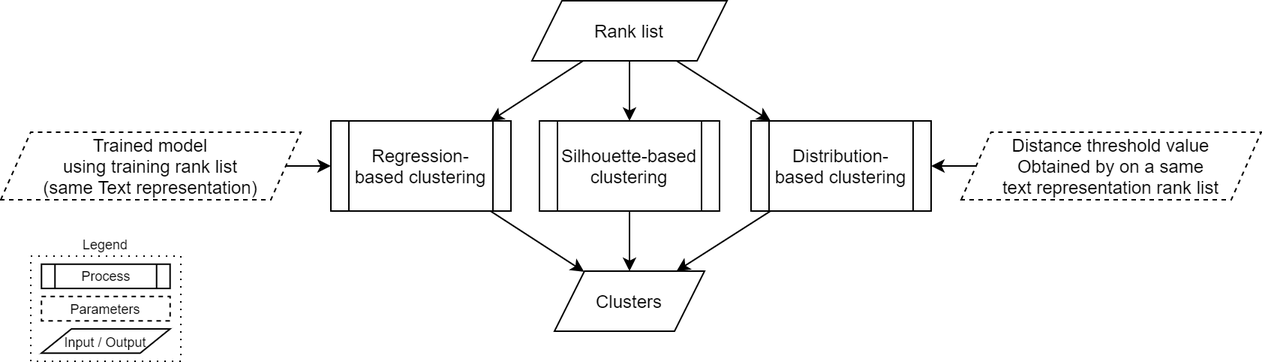
Before: report/img/schema-clustering.png, a diagram exported from draw.io (TheRaphael0000/master_thesis). Source tidied: cells renumbered, new cells last; positions are measured from the earlier drawing's top-left corner, leaving out a move shared by most shapes. Its diagram source:
```xml
<mxGraphModel>
  <root>
    <mxCell id="0" />
    <mxCell id="1" parent="0" />
    <mxCell id="2" value="Silhouette-based clustering" style="shape=process;whiteSpace=wrap;html=1;backgroundOutline=1;" parent="1" vertex="1">
      <mxGeometry x="359" y="80" width="120" height="60" as="geometry" />
    </mxCell>
    <mxCell id="3" value="&lt;span&gt;Clusters&lt;/span&gt;" style="shape=parallelogram;perimeter=parallelogramPerimeter;whiteSpace=wrap;html=1;fixedSize=1;" parent="1" vertex="1">
      <mxGeometry x="369" y="180" width="100" height="40" as="geometry" />
    </mxCell>
    <mxCell id="4" value="&lt;span&gt;Rank list&lt;/span&gt;" style="shape=parallelogram;perimeter=parallelogramPerimeter;whiteSpace=wrap;html=1;fixedSize=1;" parent="1" vertex="1">
      <mxGeometry x="354" width="130" height="40" as="geometry" />
    </mxCell>
    <mxCell id="5" style="endArrow=classic;html=1;" parent="1" edge="1" source="4" target="2">
      <mxGeometry x="228" y="255" as="geometry" />
    </mxCell>
    <mxCell id="6" style="endArrow=classic;html=1;" parent="1" edge="1" source="2" target="3">
      <mxGeometry x="228" y="255" as="geometry" />
    </mxCell>
    <mxCell id="7" value="Regression-based clustering" style="shape=process;whiteSpace=wrap;html=1;backgroundOutline=1;" parent="1" vertex="1">
      <mxGeometry x="220" y="80" width="120" height="60" as="geometry" />
    </mxCell>
    <mxCell id="8" style="endArrow=classic;html=1;" parent="1" edge="1" source="7" target="3">
      <mxGeometry x="228" y="255" as="geometry" />
    </mxCell>
    <mxCell id="9" style="endArrow=classic;html=1;" parent="1" edge="1" source="4" target="7">
      <mxGeometry x="228" y="255" as="geometry" />
    </mxCell>
    <mxCell id="10" style="endArrow=classic;html=1;" parent="1" edge="1" source="11" target="7">
      <mxGeometry x="207" y="255" as="geometry" />
    </mxCell>
    <mxCell id="11" value="&lt;span&gt;Trained model&lt;br&gt;using training rank list&lt;br&gt;(same Text representation)&lt;br&gt;&lt;/span&gt;" style="shape=parallelogram;perimeter=parallelogramPerimeter;whiteSpace=wrap;html=1;fixedSize=1;dashed=1;" parent="1" vertex="1">
      <mxGeometry y="87.5" width="200" height="45" as="geometry" />
    </mxCell>
    <mxCell id="12" style="group;fontSize=9;" parent="1" vertex="1">
      <mxGeometry x="20" y="170" width="100" height="70" as="geometry" />
    </mxCell>
    <mxCell id="13" value="Legend" style="rounded=0;whiteSpace=wrap;html=1;dashed=1;fontSize=9;align=center;fillColor=none;dashPattern=1 4;verticalAlign=bottom;labelPosition=center;verticalLabelPosition=top;" parent="12" vertex="1">
      <mxGeometry width="100" height="70" as="geometry" />
    </mxCell>
    <mxCell id="14" value="Parameters" style="text;html=1;fillColor=none;align=center;verticalAlign=middle;whiteSpace=wrap;rounded=0;dashed=1;strokeColor=#000000;fontSize=9;spacingLeft=0;" parent="12" vertex="1">
      <mxGeometry x="7.1" y="26.9" width="85.7" height="16.2" as="geometry" />
    </mxCell>
    <mxCell id="15" value="Process" style="shape=process;whiteSpace=wrap;html=1;backgroundOutline=1;fontSize=9;" parent="12" vertex="1">
      <mxGeometry x="7.1" y="5.4" width="85.7" height="16.2" as="geometry" />
    </mxCell>
    <mxCell id="16" value="&lt;span style=&quot;font-size: 9px;&quot;&gt;Input / Output&lt;/span&gt;" style="shape=parallelogram;perimeter=parallelogramPerimeter;whiteSpace=wrap;html=1;fixedSize=1;fontSize=9;" parent="12" vertex="1">
      <mxGeometry x="7.1" y="48.5" width="85.7" height="16.2" as="geometry" />
    </mxCell>
    <mxCell id="17" value="Distribution-based clustering" style="shape=process;whiteSpace=wrap;html=1;backgroundOutline=1;" parent="1" vertex="1">
      <mxGeometry x="500" y="80" width="120" height="60" as="geometry" />
    </mxCell>
    <mxCell id="18" style="endArrow=classic;html=1;" parent="1" edge="1" source="4" target="17">
      <mxGeometry x="238" y="265" as="geometry" />
    </mxCell>
    <mxCell id="19" style="endArrow=classic;html=1;" parent="1" edge="1" source="17" target="3">
      <mxGeometry x="248" y="275" as="geometry" />
    </mxCell>
    <mxCell id="20" value="&lt;span&gt;Distance threshold value&lt;br&gt;Obtained by on a same&lt;br&gt;text representation rank list&lt;br&gt;&lt;/span&gt;" style="shape=parallelogram;perimeter=parallelogramPerimeter;whiteSpace=wrap;html=1;fixedSize=1;dashed=1;" parent="1" vertex="1">
      <mxGeometry x="640" y="87.5" width="200" height="45" as="geometry" />
    </mxCell>
    <mxCell id="21" style="endArrow=classic;html=1;" parent="1" edge="1" source="20" target="17">
      <mxGeometry relative="1" as="geometry" />
    </mxCell>
  </root>
</mxGraphModel>
```
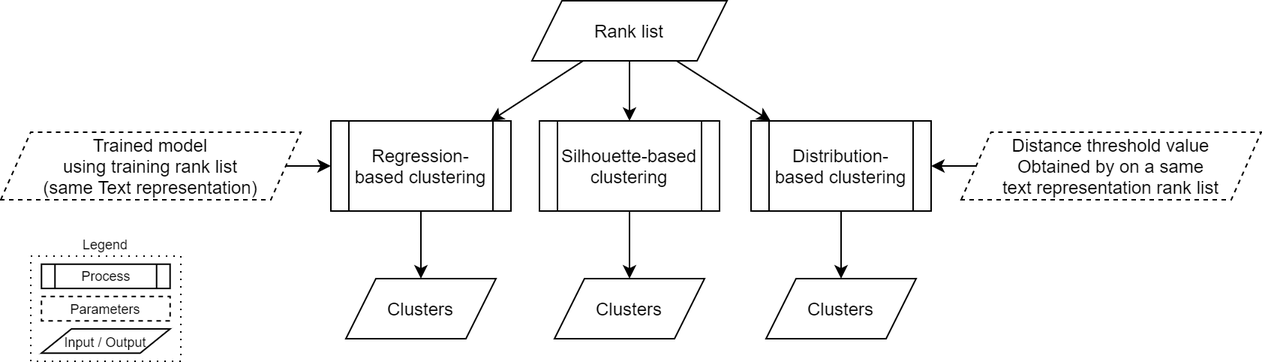
The same diagram one commit later.

What changed in the source:
```diff
@@ -5,22 +5,19 @@
     <mxCell id="2" value="Silhouette-based clustering" style="shape=process;whiteSpace=wrap;html=1;backgroundOutline=1;" parent="1" vertex="1">
       <mxGeometry x="359" y="80" width="120" height="60" as="geometry" />
     </mxCell>
-    <mxCell id="3" value="&lt;span&gt;Clusters&lt;/span&gt;" style="shape=parallelogram;perimeter=parallelogramPerimeter;whiteSpace=wrap;html=1;fixedSize=1;" parent="1" vertex="1">
-      <mxGeometry x="369" y="180" width="100" height="40" as="geometry" />
-    </mxCell>
     <mxCell id="4" value="&lt;span&gt;Rank list&lt;/span&gt;" style="shape=parallelogram;perimeter=parallelogramPerimeter;whiteSpace=wrap;html=1;fixedSize=1;" parent="1" vertex="1">
       <mxGeometry x="354" width="130" height="40" as="geometry" />
     </mxCell>
     <mxCell id="5" style="endArrow=classic;html=1;" parent="1" edge="1" source="4" target="2">
       <mxGeometry x="228" y="255" as="geometry" />
     </mxCell>
-    <mxCell id="6" style="endArrow=classic;html=1;" parent="1" edge="1" source="2" target="3">
+    <mxCell id="6" style="endArrow=classic;html=1;" parent="1" edge="1" source="2" target="23">
       <mxGeometry x="228" y="255" as="geometry" />
     </mxCell>
     <mxCell id="7" value="Regression-based clustering" style="shape=process;whiteSpace=wrap;html=1;backgroundOutline=1;" parent="1" vertex="1">
       <mxGeometry x="220" y="80" width="120" height="60" as="geometry" />
     </mxCell>
-    <mxCell id="8" style="endArrow=classic;html=1;" parent="1" edge="1" source="7" target="3">
+    <mxCell id="8" style="endArrow=classic;html=1;" parent="1" edge="1" source="7" target="22">
       <mxGeometry x="228" y="255" as="geometry" />
     </mxCell>
     <mxCell id="9" style="endArrow=classic;html=1;" parent="1" edge="1" source="4" target="7">
@@ -53,7 +50,7 @@
     <mxCell id="18" style="endArrow=classic;html=1;" parent="1" edge="1" source="4" target="17">
       <mxGeometry x="238" y="265" as="geometry" />
     </mxCell>
-    <mxCell id="19" style="endArrow=classic;html=1;" parent="1" edge="1" source="17" target="3">
+    <mxCell id="19" style="endArrow=classic;html=1;" parent="1" edge="1" source="17" target="24">
       <mxGeometry x="248" y="275" as="geometry" />
     </mxCell>
     <mxCell id="20" value="&lt;span&gt;Distance threshold value&lt;br&gt;Obtained by on a same&lt;br&gt;text representation rank list&lt;br&gt;&lt;/span&gt;" style="shape=parallelogram;perimeter=parallelogramPerimeter;whiteSpace=wrap;html=1;fixedSize=1;dashed=1;" parent="1" vertex="1">
@@ -62,5 +59,14 @@
     <mxCell id="21" style="endArrow=classic;html=1;" parent="1" edge="1" source="20" target="17">
       <mxGeometry relative="1" as="geometry" />
     </mxCell>
+    <mxCell id="22" value="&lt;span&gt;Clusters&lt;/span&gt;" style="shape=parallelogram;perimeter=parallelogramPerimeter;whiteSpace=wrap;html=1;fixedSize=1;" parent="1" vertex="1">
+      <mxGeometry x="230" y="185" width="100" height="40" as="geometry" />
+    </mxCell>
+    <mxCell id="23" value="&lt;span&gt;Clusters&lt;/span&gt;" style="shape=parallelogram;perimeter=parallelogramPerimeter;whiteSpace=wrap;html=1;fixedSize=1;" parent="1" vertex="1">
+      <mxGeometry x="369" y="185" width="100" height="40" as="geometry" />
+    </mxCell>
+    <mxCell id="24" value="&lt;span&gt;Clusters&lt;/span&gt;" style="shape=parallelogram;perimeter=parallelogramPerimeter;whiteSpace=wrap;html=1;fixedSize=1;" parent="1" vertex="1">
+      <mxGeometry x="510" y="185" width="100" height="40" as="geometry" />
+    </mxCell>
   </root>
 </mxGraphModel>
```
